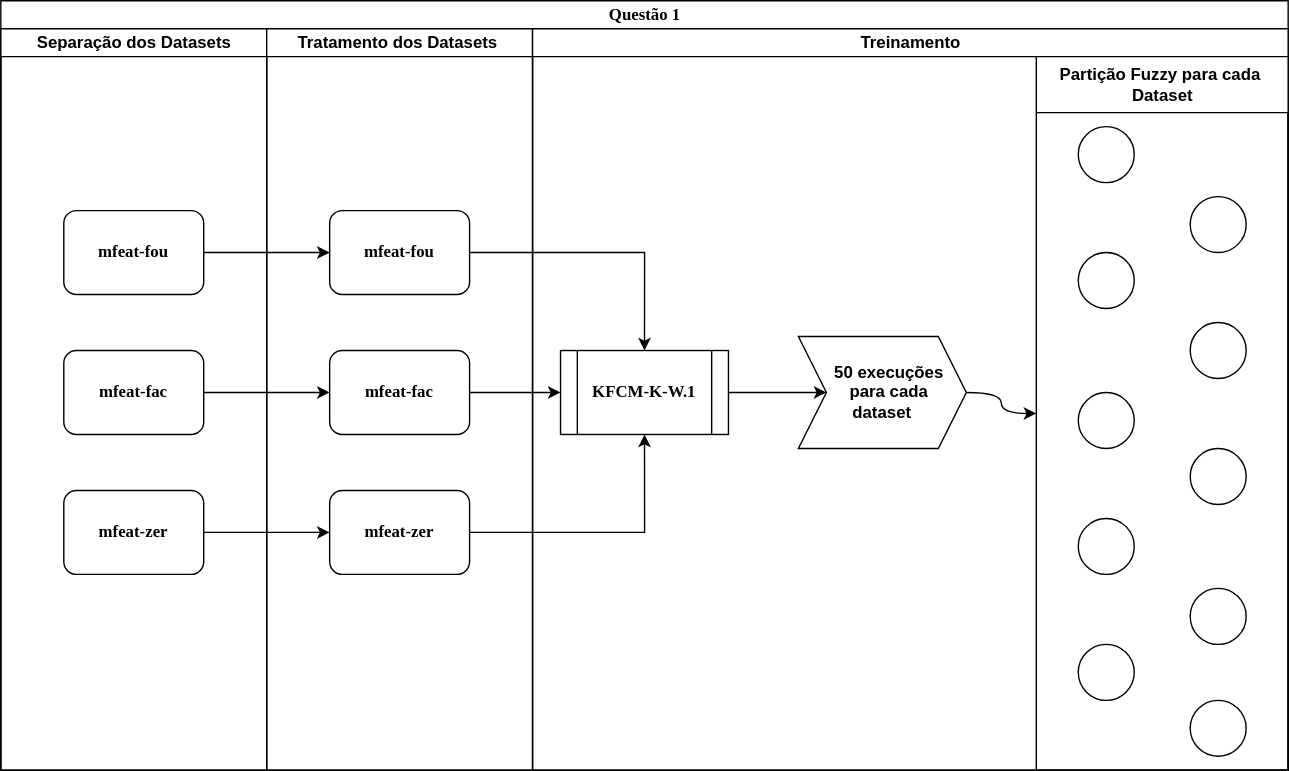
The draw.io diagram Projeto_Chico/projeto_final.svg in Zuluke/Projetos-AM, before a commit. Source tidied: cells renumbered, new cells last; positions are measured from the earlier drawing's top-left corner, leaving out a move shared by most shapes.
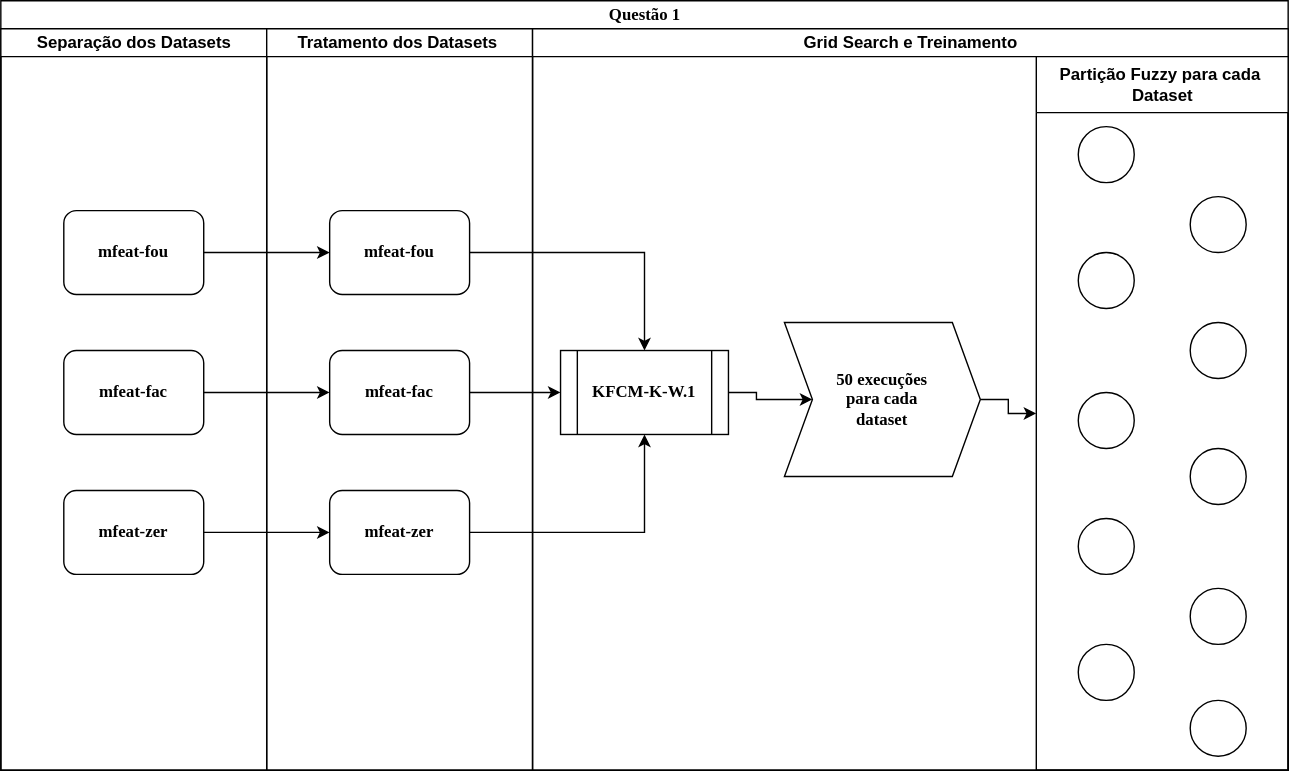
The same file after the commit.

Diff of the diagram source:
```diff
@@ -29,17 +29,17 @@
     <mxCell id="10" value="&lt;font style=&quot;font-size: 12px;&quot;&gt;&lt;b&gt;mfeat-zer&lt;/b&gt;&lt;/font&gt;" style="rounded=1;whiteSpace=wrap;html=1;shadow=0;labelBackgroundColor=none;strokeWidth=1;fontFamily=Verdana;fontSize=8;align=center;" parent="7" vertex="1">
       <mxGeometry x="45" y="330" width="100" height="60" as="geometry" />
     </mxCell>
-    <mxCell id="11" value="Treinamento" style="swimlane;html=1;startSize=20;" parent="2" vertex="1">
+    <mxCell id="11" value="Grid Search e Treinamento" style="swimlane;html=1;startSize=20;" parent="2" vertex="1">
       <mxGeometry x="380" y="20" width="540" height="530" as="geometry" />
     </mxCell>
     <mxCell id="12" value="&lt;font face=&quot;Verdana&quot;&gt;&lt;b&gt;KFCM-K-W.1&lt;/b&gt;&lt;/font&gt;" style="shape=process;whiteSpace=wrap;html=1;backgroundOutline=1;" parent="11" vertex="1">
       <mxGeometry x="20" y="230" width="120" height="60" as="geometry" />
     </mxCell>
-    <mxCell id="13" style="edgeStyle=orthogonalEdgeStyle;curved=1;rounded=0;jettySize=auto;html=1;exitX=1;exitY=0.5;exitDx=0;exitDy=0;entryX=0;entryY=0.5;entryDx=0;entryDy=0;" parent="11" edge="1" source="14" target="16">
+    <mxCell id="13" style="edgeStyle=orthogonalEdgeStyle;rounded=0;jettySize=auto;html=1;exitX=1;exitY=0.5;exitDx=0;exitDy=0;entryX=0;entryY=0.5;entryDx=0;entryDy=0;" parent="11" edge="1" source="14" target="16">
       <mxGeometry relative="1" as="geometry" />
     </mxCell>
-    <mxCell id="14" value="&lt;b&gt;&amp;nbsp; &amp;nbsp;50 execuções&lt;/b&gt;&lt;div&gt;&lt;b&gt;&amp;nbsp; &amp;nbsp; para cada&amp;nbsp;&lt;/b&gt;&lt;/div&gt;&lt;div&gt;&lt;b&gt;dataset&lt;/b&gt;&lt;/div&gt;" style="shape=step;perimeter=stepPerimeter;whiteSpace=wrap;html=1;fixedSize=1;" parent="11" vertex="1">
-      <mxGeometry x="190" y="220" width="120" height="80" as="geometry" />
+    <mxCell id="14" value="&lt;font face=&quot;Verdana&quot;&gt;&lt;b&gt;50 execuções&lt;/b&gt;&lt;/font&gt;&lt;div&gt;&lt;b style=&quot;font-family: Verdana; background-color: initial;&quot;&gt;para cada&lt;/b&gt;&lt;/div&gt;&lt;div&gt;&lt;b style=&quot;font-family: Verdana; background-color: initial;&quot;&gt;dataset&lt;/b&gt;&lt;/div&gt;" style="shape=step;perimeter=stepPerimeter;whiteSpace=wrap;html=1;fixedSize=1;" parent="11" vertex="1">
+      <mxGeometry x="180" y="210" width="140" height="110" as="geometry" />
     </mxCell>
     <mxCell id="15" style="edgeStyle=orthogonalEdgeStyle;rounded=0;jettySize=auto;html=1;exitX=1;exitY=0.5;exitDx=0;exitDy=0;" parent="11" edge="1" source="12" target="14">
       <mxGeometry relative="1" as="geometry" />
```
